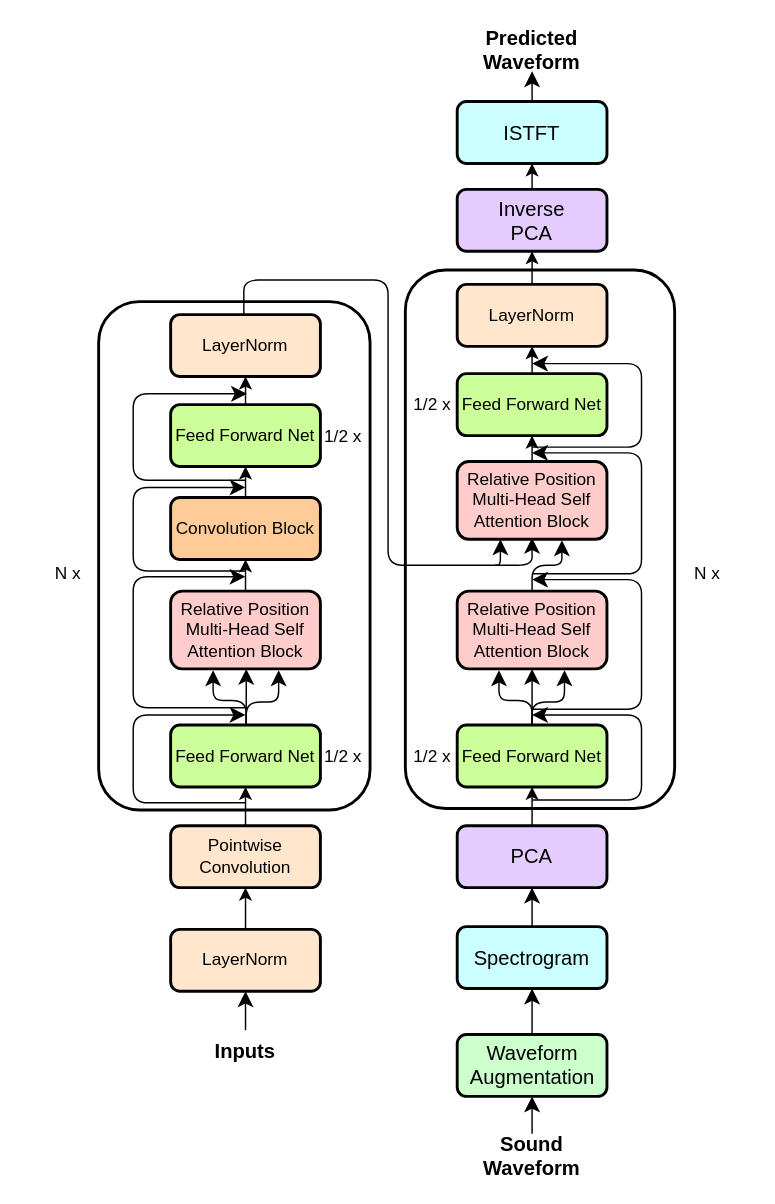
neuralsrg/EEG keeps this draw.io diagram as images/E2S-Conformer/e2s-conformer.drawio. Above is the earlier version. Source tidied: cells renumbered, new cells numbered last; positions are measured from the earlier drawing's top-left corner, leaving out a move shared by most shapes. Both pictures are drawn from the tidied source at 144%, with x=0, y=0 at pixel (24, 27).
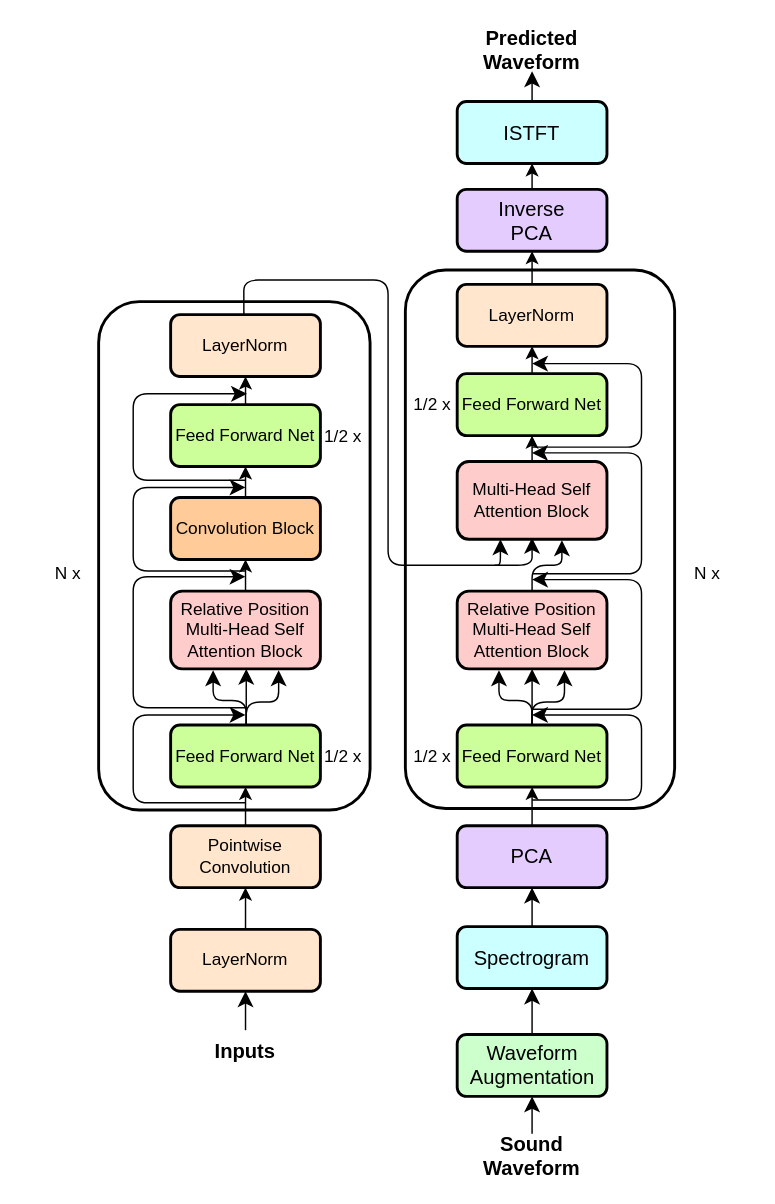
After the change.

Change to the diagram source:
```diff
@@
-    <mxCell id="52" value="&lt;font style=&quot;font-size: 12px;&quot;&gt;Relative Position &lt;br&gt;Multi-Head Self&lt;br&gt;Attention Block&lt;/font&gt;" style="rounded=1;whiteSpace=wrap;html=1;fillColor=#FFCCCC;strokeWidth=2;" parent="1" vertex="1">
+    <mxCell id="52" value="&lt;font style=&quot;font-size: 12px;&quot;&gt;Multi-Head Self&lt;br&gt;Attention Block&lt;/font&gt;" style="rounded=1;whiteSpace=wrap;html=1;fillColor=#FFCCCC;strokeWidth=2;" parent="1" vertex="1">
       <mxGeometry x="300" y="301" width="104" height="54" as="geometry" />
     </mxCell>
```
